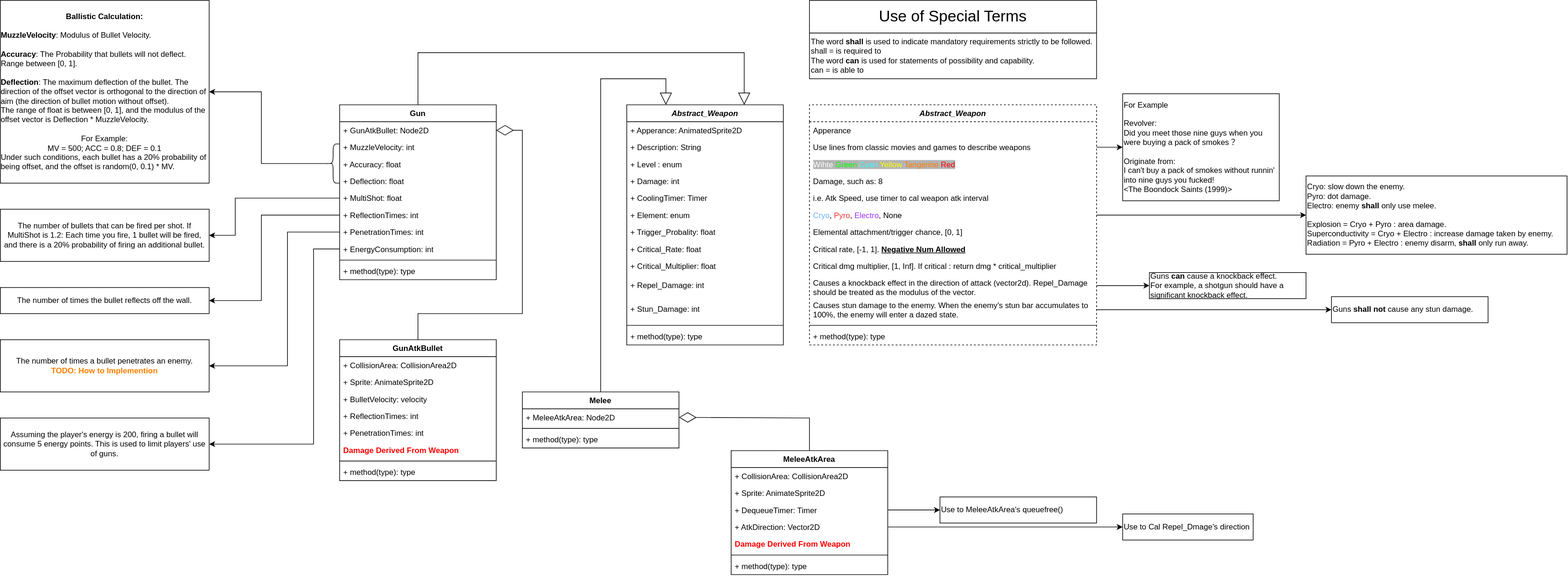
SwordofMorning/KatanaMaySurvive keeps this draw.io diagram as Concept_Design/UML/Weapon.drawio.svg. Above is the earlier version. Source tidied: cells renumbered, new cells last; positions are measured from the earlier drawing's top-left corner, leaving out a move shared by most shapes.
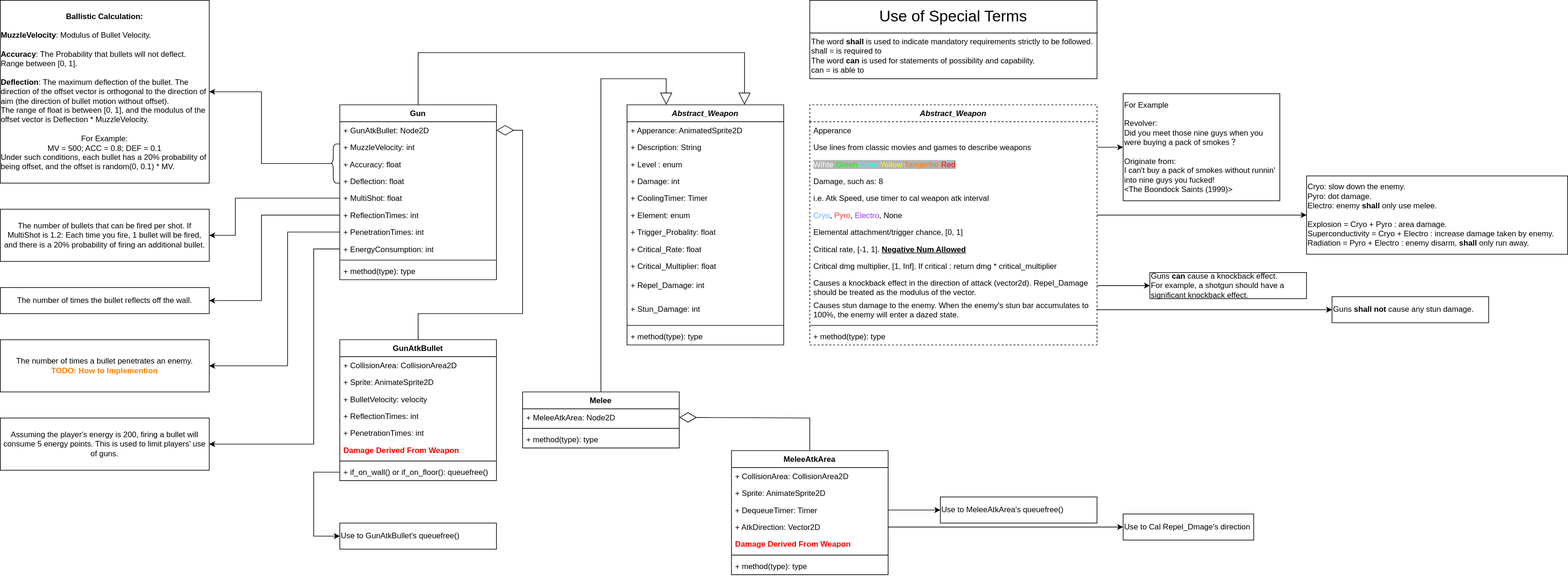
After the change.

Diff of the diagram source:
```diff
@@ -244,7 +244,7 @@
     <mxCell id="77" style="line;strokeWidth=1;fillColor=none;align=left;verticalAlign=middle;spacingTop=-1;spacingLeft=3;spacingRight=3;labelPosition=right;strokeColor=inherit;" parent="70" vertex="1">
       <mxGeometry y="182" width="240" height="8" as="geometry" />
     </mxCell>
-    <mxCell id="78" value="+ method(type): type" style="text;strokeColor=none;fillColor=none;align=left;verticalAlign=top;spacingLeft=4;spacingRight=4;overflow=hidden;points=[[0,0.5],[1,0.5]];portConstraint=eastwest;whiteSpace=wrap;html=1;" parent="70" vertex="1">
+    <mxCell id="78" value="+ if_on_wall() or if_on_floor(): queuefree()" style="text;strokeColor=none;fillColor=none;align=left;verticalAlign=top;spacingLeft=4;spacingRight=4;overflow=hidden;points=[[0,0.5],[1,0.5]];portConstraint=eastwest;whiteSpace=wrap;html=1;" parent="70" vertex="1">
       <mxGeometry y="190" width="240" height="26" as="geometry" />
     </mxCell>
     <mxCell id="79" style="endArrow=diamondThin;endFill=0;endSize=24;html=1;rounded=0;entryX=1;entryY=0.5;entryDx=0;entryDy=0;exitX=0.5;exitY=0;exitDx=0;exitDy=0;" parent="1" edge="1" source="70" target="56">
@@ -314,5 +314,16 @@
         </Array>
       </mxGeometry>
     </mxCell>
+    <mxCell id="91" value="&lt;div&gt;Use to GunAtkBullet's queuefree()&lt;/div&gt;" style="html=1;whiteSpace=wrap;align=left;" parent="1" vertex="1">
+      <mxGeometry x="520" y="801" width="240" height="40" as="geometry" />
+    </mxCell>
+    <mxCell id="92" style="endArrow=classic;html=1;rounded=0;exitX=0;exitY=0.5;exitDx=0;exitDy=0;entryX=0;entryY=0.5;entryDx=0;entryDy=0;" parent="1" edge="1" source="78" target="91">
+      <mxGeometry relative="1" as="geometry">
+        <Array as="points">
+          <mxPoint x="480" y="723" />
+          <mxPoint x="480" y="821" />
+        </Array>
+      </mxGeometry>
+    </mxCell>
   </root>
 </mxGraphModel>
```
